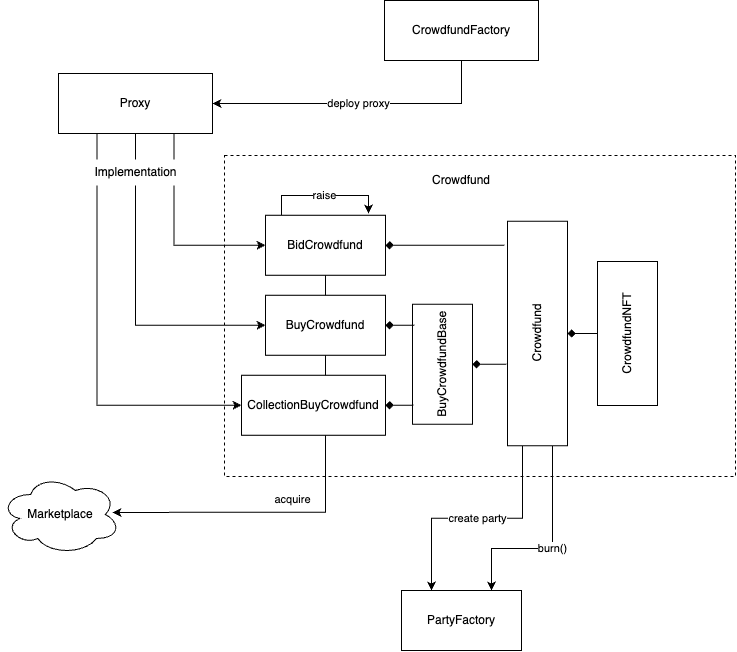
Earlier version of the draw.io export docs/crowdfund-contracts.png (PartyDAO/party-protocol). Source tidied: cells renumbered, new cells last; positions are measured from the earlier drawing's top-left corner, leaving out a move shared by most shapes.
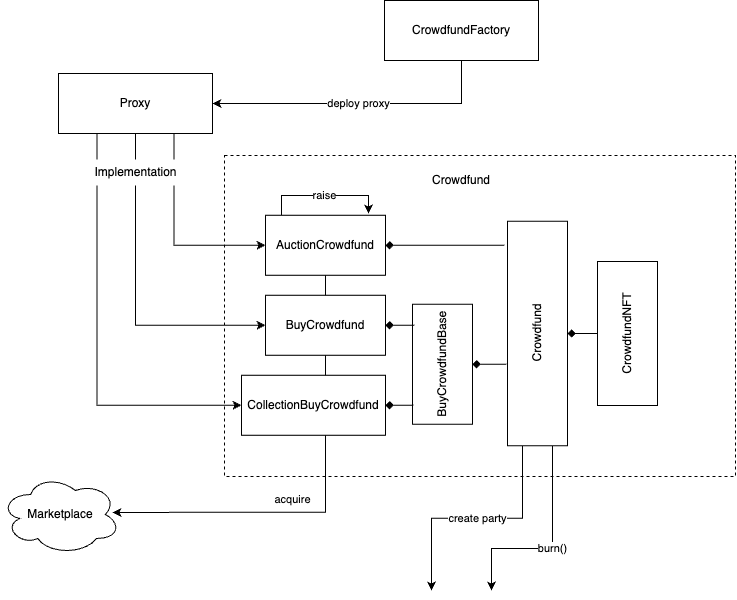
After the change.

Change to the diagram source:
```diff
@@ -2,11 +2,14 @@
   <root>
     <mxCell id="0" />
     <mxCell id="1" parent="0" />
-    <mxCell id="2" value="create party" style="edgeStyle=orthogonalEdgeStyle;rounded=0;jettySize=auto;html=1;entryX=0.25;entryY=0;entryDx=0;entryDy=0;endArrow=classic;endFill=1;exitX=0;exitY=0.25;exitDx=0;exitDy=0;" parent="1" edge="1" source="7" target="19">
-      <mxGeometry relative="1" as="geometry" />
+    <mxCell id="2" value="create party" style="edgeStyle=orthogonalEdgeStyle;rounded=0;jettySize=auto;html=1;entryX=0.25;entryY=0;entryDx=0;entryDy=0;endArrow=classic;endFill=1;exitX=0;exitY=0.25;exitDx=0;exitDy=0;" parent="1" edge="1" source="7">
+      <mxGeometry relative="1" as="geometry">
+        <mxPoint x="431" y="590" as="targetPoint" />
+      </mxGeometry>
     </mxCell>
-    <mxCell id="3" value="burn()" style="edgeStyle=orthogonalEdgeStyle;rounded=0;jettySize=auto;html=1;endArrow=classic;endFill=1;exitX=0;exitY=0.75;exitDx=0;exitDy=0;entryX=0.75;entryY=0;entryDx=0;entryDy=0;" parent="1" edge="1" source="7" target="19">
+    <mxCell id="3" value="burn()" style="edgeStyle=orthogonalEdgeStyle;rounded=0;jettySize=auto;html=1;endArrow=classic;endFill=1;exitX=0;exitY=0.75;exitDx=0;exitDy=0;entryX=0.75;entryY=0;entryDx=0;entryDy=0;" parent="1" edge="1" source="7">
       <mxGeometry relative="1" as="geometry">
+        <mxPoint x="491" y="590" as="targetPoint" />
         <Array as="points">
           <mxPoint x="552" y="548" />
           <mxPoint x="491" y="548" />
@@ -37,7 +40,7 @@
         </Array>
       </mxGeometry>
     </mxCell>
-    <mxCell id="10" value="BidCrowdfund" style="rounded=0;whiteSpace=wrap;html=1;" parent="6" vertex="1">
+    <mxCell id="10" value="AuctionCrowdfund" style="rounded=0;whiteSpace=wrap;html=1;" parent="6" vertex="1">
       <mxGeometry width="120" height="60" as="geometry" />
     </mxCell>
     <mxCell id="11" value="BuyCrowdfund" style="rounded=0;whiteSpace=wrap;html=1;" parent="6" vertex="1">
@@ -64,41 +67,38 @@
     <mxCell id="18" style="edgeStyle=orthogonalEdgeStyle;rounded=0;jettySize=auto;html=1;entryX=0.5;entryY=0;entryDx=0;entryDy=0;endArrow=none;endFill=0;startArrow=diamond;startFill=1;" parent="6" edge="1" source="7" target="17">
       <mxGeometry relative="1" as="geometry" />
     </mxCell>
-    <mxCell id="19" value="PartyFactory" style="rounded=0;whiteSpace=wrap;html=1;fillColor=default;" parent="1" vertex="1">
-      <mxGeometry x="401" y="590" width="120" height="60" as="geometry" />
+    <mxCell id="19" value="deploy proxy" style="edgeStyle=orthogonalEdgeStyle;rounded=0;jettySize=auto;html=1;entryX=1;entryY=0.5;entryDx=0;entryDy=0;startArrow=none;startFill=0;endArrow=classic;endFill=1;exitX=0.5;exitY=1;exitDx=0;exitDy=0;" parent="1" edge="1" source="20" target="25">
+      <mxGeometry relative="1" as="geometry" />
     </mxCell>
-    <mxCell id="20" value="deploy proxy" style="edgeStyle=orthogonalEdgeStyle;rounded=0;jettySize=auto;html=1;entryX=1;entryY=0.5;entryDx=0;entryDy=0;startArrow=none;startFill=0;endArrow=classic;endFill=1;exitX=0.5;exitY=1;exitDx=0;exitDy=0;" parent="1" edge="1" source="21" target="26">
-      <mxGeometry relative="1" as="geometry" />
+    <mxCell id="20" value="CrowdfundFactory" style="rounded=0;whiteSpace=wrap;html=1;fillColor=default;" parent="1" vertex="1">
+      <mxGeometry x="384" width="154" height="60" as="geometry" />
     </mxCell>
-    <mxCell id="21" value="CrowdfundFactory" style="rounded=0;whiteSpace=wrap;html=1;fillColor=default;" parent="1" vertex="1">
-      <mxGeometry x="384" width="154" height="60" as="geometry" />
+    <mxCell id="21" value="raise" style="edgeStyle=orthogonalEdgeStyle;rounded=0;jettySize=auto;html=1;endArrow=classic;endFill=1;" parent="1" edge="1" source="10">
+      <mxGeometry relative="1" as="geometry">
+        <mxPoint x="368" y="213" as="targetPoint" />
+        <Array as="points">
+          <mxPoint x="281" y="195" />
+          <mxPoint x="368" y="195" />
+        </Array>
+      </mxGeometry>
     </mxCell>
-    <mxCell id="22" value="raise" style="edgeStyle=orthogonalEdgeStyle;rounded=0;jettySize=auto;html=1;endArrow=classic;endFill=1;" parent="1" edge="1" source="10">
-      <mxGeometry relative="1" as="geometry">
-        <mxPoint x="368" y="213" as="targetPoint" />
-        <Array as="points">
-          <mxPoint x="281" y="195" />
-          <mxPoint x="368" y="195" />
-        </Array>
-      </mxGeometry>
+    <mxCell id="22" style="edgeStyle=orthogonalEdgeStyle;rounded=0;jettySize=auto;html=1;exitX=0.75;exitY=1;exitDx=0;exitDy=0;entryX=0;entryY=0.5;entryDx=0;entryDy=0;startArrow=none;startFill=0;endArrow=classic;endFill=1;" parent="1" edge="1" source="25" target="10">
+      <mxGeometry relative="1" as="geometry" />
     </mxCell>
-    <mxCell id="23" style="edgeStyle=orthogonalEdgeStyle;rounded=0;jettySize=auto;html=1;exitX=0.75;exitY=1;exitDx=0;exitDy=0;entryX=0;entryY=0.5;entryDx=0;entryDy=0;startArrow=none;startFill=0;endArrow=classic;endFill=1;" parent="1" edge="1" source="26" target="10">
+    <mxCell id="23" style="edgeStyle=orthogonalEdgeStyle;rounded=0;jettySize=auto;html=1;entryX=0;entryY=0.5;entryDx=0;entryDy=0;startArrow=none;startFill=0;endArrow=classic;endFill=1;exitX=0.5;exitY=1;exitDx=0;exitDy=0;" parent="1" edge="1" source="25" target="11">
       <mxGeometry relative="1" as="geometry" />
     </mxCell>
-    <mxCell id="24" style="edgeStyle=orthogonalEdgeStyle;rounded=0;jettySize=auto;html=1;entryX=0;entryY=0.5;entryDx=0;entryDy=0;startArrow=none;startFill=0;endArrow=classic;endFill=1;exitX=0.5;exitY=1;exitDx=0;exitDy=0;" parent="1" edge="1" source="26" target="11">
+    <mxCell id="24" style="edgeStyle=orthogonalEdgeStyle;rounded=0;jettySize=auto;html=1;entryX=0;entryY=0.5;entryDx=0;entryDy=0;startArrow=none;startFill=0;endArrow=classic;endFill=1;exitX=0.25;exitY=1;exitDx=0;exitDy=0;" parent="1" edge="1" source="25" target="12">
       <mxGeometry relative="1" as="geometry" />
     </mxCell>
-    <mxCell id="25" style="edgeStyle=orthogonalEdgeStyle;rounded=0;jettySize=auto;html=1;entryX=0;entryY=0.5;entryDx=0;entryDy=0;startArrow=none;startFill=0;endArrow=classic;endFill=1;exitX=0.25;exitY=1;exitDx=0;exitDy=0;" parent="1" edge="1" source="26" target="12">
-      <mxGeometry relative="1" as="geometry" />
+    <mxCell id="25" value="Proxy" style="rounded=0;whiteSpace=wrap;html=1;fillColor=default;" parent="1" vertex="1">
+      <mxGeometry x="58" y="73" width="154" height="60" as="geometry" />
     </mxCell>
-    <mxCell id="26" value="Proxy" style="rounded=0;whiteSpace=wrap;html=1;fillColor=default;" parent="1" vertex="1">
-      <mxGeometry x="58" y="73" width="154" height="60" as="geometry" />
+    <mxCell id="26" value="Implementation" style="text;html=1;align=center;verticalAlign=middle;points=[];strokeColor=none;fillColor=default;" parent="1" vertex="1">
+      <mxGeometry x="85" y="159" width="100" height="26" as="geometry" />
     </mxCell>
-    <mxCell id="27" value="Implementation" style="text;html=1;align=center;verticalAlign=middle;strokeColor=none;fillColor=default;" parent="1" vertex="1">
-      <mxGeometry x="85" y="159" width="100" height="26" as="geometry" />
+    <mxCell id="27" value="Marketplace" style="ellipse;shape=cloud;whiteSpace=wrap;html=1;fillColor=default;" parent="1" vertex="1">
+      <mxGeometry y="474" width="120" height="80" as="geometry" />
     </mxCell>
-    <mxCell id="28" value="Marketplace" style="ellipse;shape=cloud;whiteSpace=wrap;html=1;fillColor=default;" parent="1" vertex="1">
-      <mxGeometry y="474" width="120" height="80" as="geometry" />
-    </mxCell>
   </root>
 </mxGraphModel>
```
